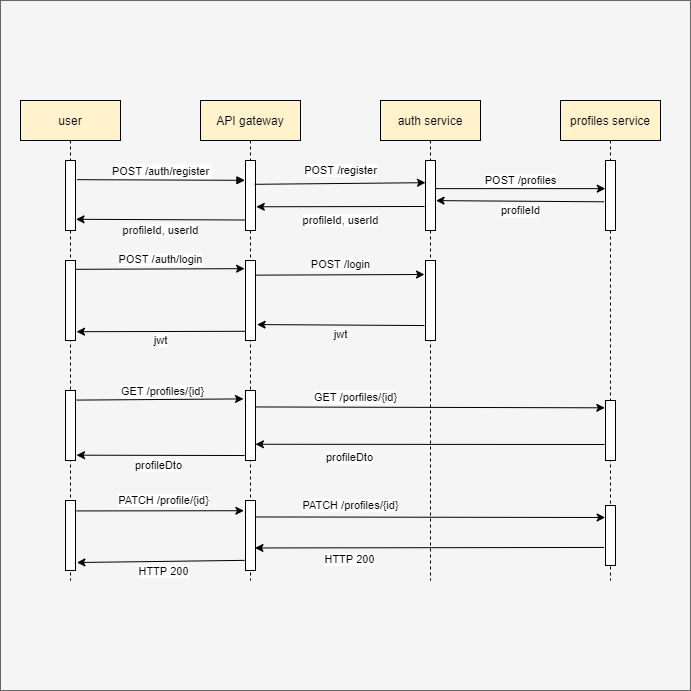
This is hw5/sequence_diag.png from GUR-ok/otus-microservice-architecture, a draw.io export, as it was before one commit. Source tidied: cells renumbered, new cells last; positions are measured from the earlier drawing's top-left corner, leaving out a move shared by most shapes.
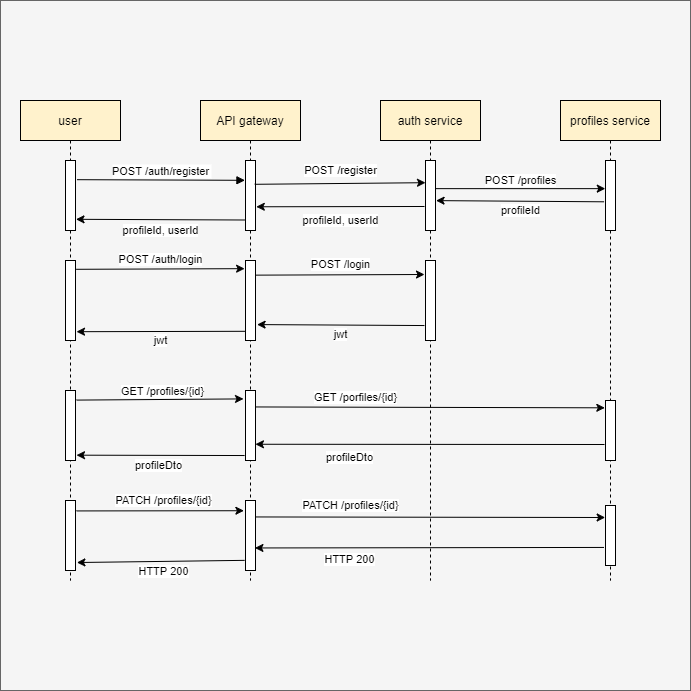
After the change.

Commit message:
hw05: добавлена sequence диаграмма

The edit, as a diff of the source:
```diff
@@ -80,7 +80,7 @@
     <mxCell id="23" value="profileDto" style="endArrow=classic;html=1;exitX=-0.09;exitY=0.929;exitDx=0;exitDy=0;exitPerimeter=0;entryX=1.1;entryY=0.924;entryDx=0;entryDy=0;entryPerimeter=0;" parent="1" edge="1" source="5" target="27">
       <mxGeometry x="0.03" y="10" relative="1" as="geometry" />
     </mxCell>
-    <mxCell id="24" value="PATCH /profile/{id}" style="endArrow=classic;html=1;exitX=1.1;exitY=0.149;exitDx=0;exitDy=0;exitPerimeter=0;entryX=-0.159;entryY=0.146;entryDx=0;entryDy=0;entryPerimeter=0;" parent="1" edge="1" source="28" target="8">
+    <mxCell id="24" value="PATCH /profiles/{id}" style="endArrow=classic;html=1;exitX=1.1;exitY=0.149;exitDx=0;exitDy=0;exitPerimeter=0;entryX=-0.159;entryY=0.146;entryDx=0;entryDy=0;entryPerimeter=0;" parent="1" edge="1" source="28" target="8">
       <mxGeometry x="0.04" y="10" relative="1" as="geometry" />
     </mxCell>
     <mxCell id="25" value="HTTP 200" style="endArrow=classic;html=1;exitX=-0.09;exitY=0.855;exitDx=0;exitDy=0;exitPerimeter=0;entryX=1.14;entryY=0.886;entryDx=0;entryDy=0;entryPerimeter=0;" parent="1" edge="1" source="8" target="28">
```
